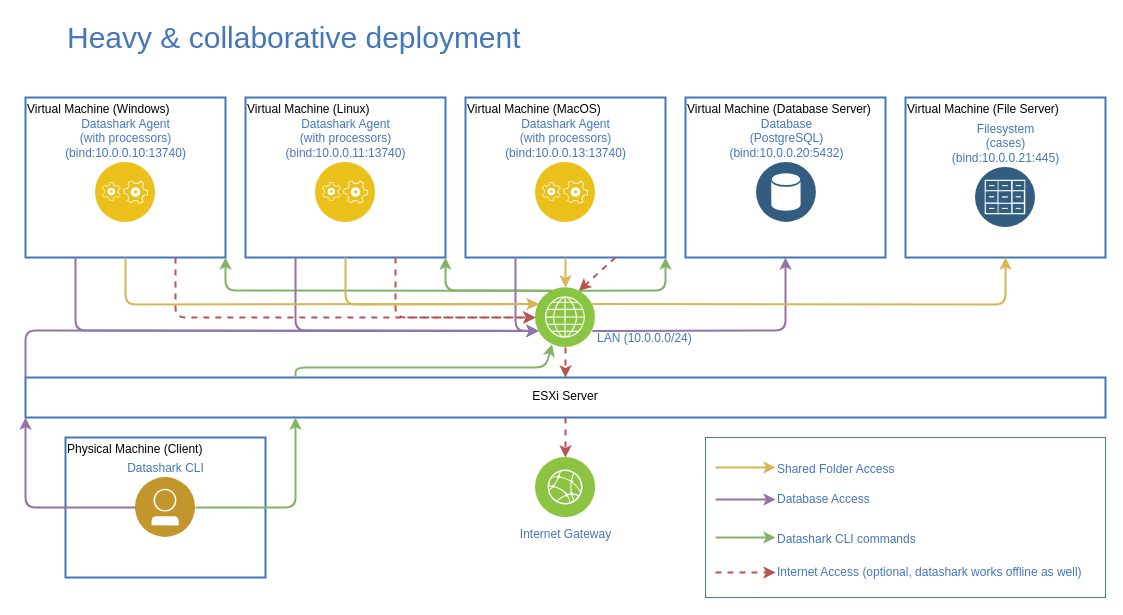
Earlier version of the draw.io diagram schema/heavy_setup.drawio (koromodako/datashark-dev). Source tidied: cells renumbered, new cells numbered last; positions are measured from the earlier drawing's top-left corner, leaving out a move shared by most shapes. Both pictures are drawn from the tidied source at 100%, with x=0, y=0 at pixel (25, 17).
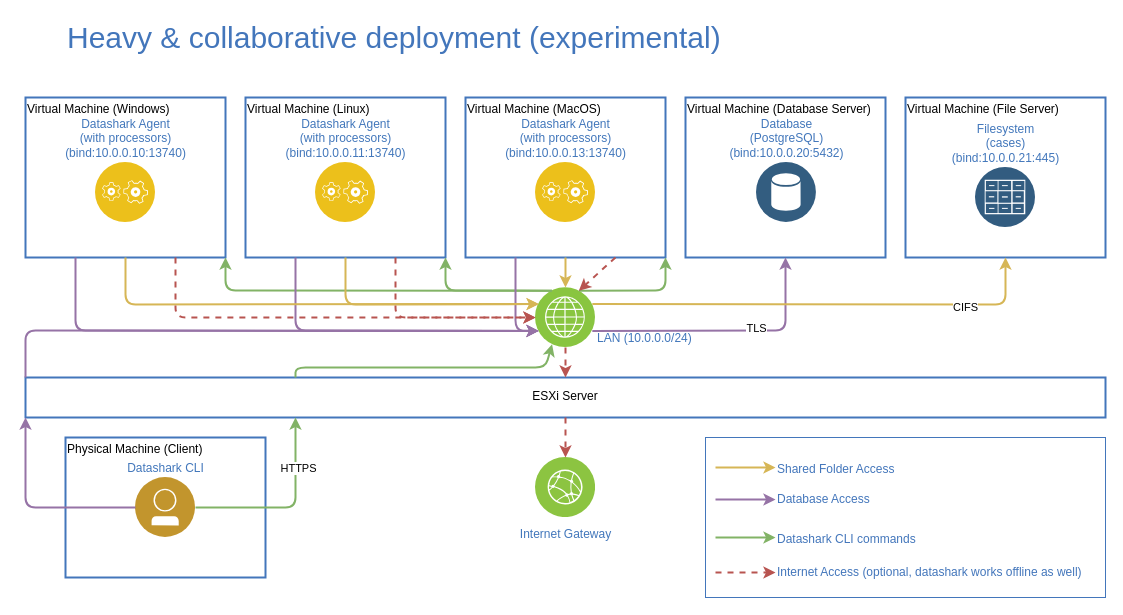
The same page after the edit.

Commit message (it also covers changes not shown here):
Update heavy setup schema

Unchanged cells that the change refers to:
```xml
<mxCell id="28" style="html=1;labelBackgroundColor=#ffffff;endArrow=classic;endFill=1;endSize=6;jettySize=auto;strokeWidth=2;fontSize=14;fontColor=#4376BB;fillColor=#e1d5e7;strokeColor=#9673a6;entryX=0.5;entryY=1;entryDx=0;entryDy=0;exitX=1;exitY=0.75;exitDx=0;exitDy=0;" parent="1" edge="1" source="15" target="21">
  <mxGeometry relative="1" as="geometry">
    <Array as="points">
      <mxPoint x="760" y="313" />
    </Array>
  </mxGeometry>
</mxCell>
<mxCell id="29" style="html=1;labelBackgroundColor=#ffffff;endArrow=classic;endFill=1;endSize=6;jettySize=auto;strokeWidth=2;fontSize=14;fontColor=#4376BB;exitX=1;exitY=0.25;exitDx=0;exitDy=0;fillColor=#fff2cc;strokeColor=#d6b656;entryX=0.5;entryY=1;entryDx=0;entryDy=0;" parent="1" edge="1" source="15" target="26">
  <mxGeometry relative="1" as="geometry">
    <Array as="points">
      <mxPoint x="980" y="287" />
    </Array>
  </mxGeometry>
</mxCell>
<mxCell id="31" style="html=1;labelBackgroundColor=#ffffff;endArrow=classic;endFill=1;endSize=6;jettySize=auto;strokeWidth=2;fontSize=14;fontColor=#4376BB;fillColor=#d5e8d4;strokeColor=#82b366;entryX=0.25;entryY=1;entryDx=0;entryDy=0;exitX=1;exitY=0.5;exitDx=0;exitDy=0;" parent="1" edge="1" source="24" target="2">
  <mxGeometry relative="1" as="geometry">
    <Array as="points">
      <mxPoint x="270" y="490" />
    </Array>
  </mxGeometry>
</mxCell>
```

The edit, as a diff of the source:
```diff
@@
-    <mxCell id="14" value="Heavy &amp;amp; collaborative deployment" style="text;html=1;strokeColor=none;fillColor=none;align=left;verticalAlign=middle;whiteSpace=wrap;rounded=0;fontSize=30;fontColor=#4376BB;" parent="1" vertex="1">
-      <mxGeometry x="40" width="600" height="40" as="geometry" />
+    <mxCell id="14" value="Heavy &amp;amp; collaborative deployment (experimental)" style="text;html=1;strokeColor=none;fillColor=none;align=left;verticalAlign=middle;whiteSpace=wrap;rounded=0;fontSize=30;fontColor=#4376BB;" parent="1" vertex="1">
+      <mxGeometry x="40" width="770" height="40" as="geometry" />
     </mxCell>
@@
+    <mxCell id="47" value="TLS" style="edgeLabel;html=1;align=center;verticalAlign=middle;" parent="28" vertex="1">
+      <mxGeometry x="0.28" y="3" relative="1" as="geometry">
+        <mxPoint x="-6" as="offset" />
+      </mxGeometry>
+    </mxCell>
@@
+    <mxCell id="48" value="CIFS" style="edgeLabel;html=1;align=center;verticalAlign=middle;" parent="29" vertex="1">
+      <mxGeometry x="0.37" y="-1" relative="1" as="geometry">
+        <mxPoint x="58" y="2" as="offset" />
+      </mxGeometry>
+    </mxCell>
@@
+    <mxCell id="49" value="HTTPS" style="edgeLabel;html=1;align=center;verticalAlign=middle;" parent="31" vertex="1">
+      <mxGeometry x="0.28" y="-3" relative="1" as="geometry">
+        <mxPoint y="-18" as="offset" />
+      </mxGeometry>
+    </mxCell>
```
